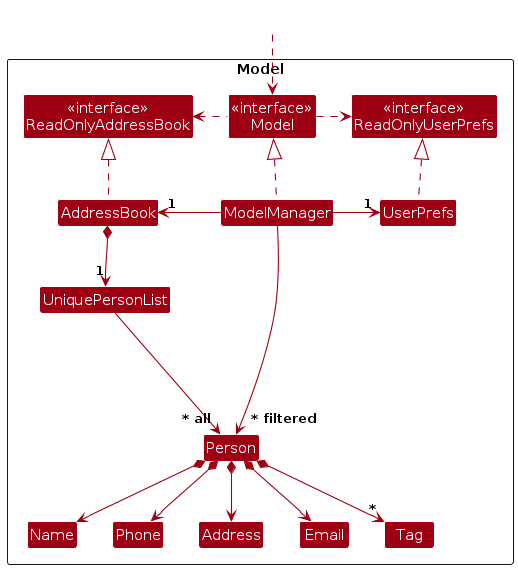
Above: diagrams/ModelClassDiagram.png in AY2627S1-CS2103T-W12-4/tp (PlantUML), before the change. Its source is kept beside it as diagrams/ModelClassDiagram.puml.
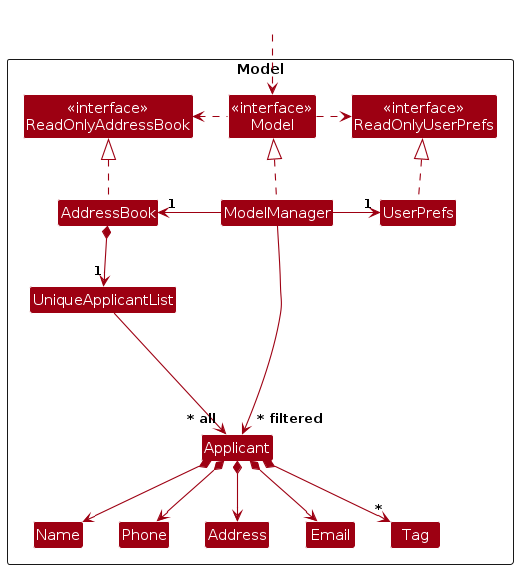
Later version of the same file.

What changed in the source:
```diff
@@ -12,8 +12,8 @@
 Class ModelManager
 Class UserPrefs
 
-Class UniquePersonList
-Class Person
+Class UniqueApplicantList
+Class Applicant
 Class Address
 Class Email
 Class Name
@@ -35,20 +35,20 @@
 ModelManager -right-> "1" UserPrefs
 UserPrefs .up.|> ReadOnlyUserPrefs
 
-AddressBook *--> "1" UniquePersonList
-UniquePersonList --> "~* all" Person
-Person *--> Name
-Person *--> Phone
-Person *--> Email
-Person *--> Address
-Person *--> "*" Tag
+AddressBook *--> "1" UniqueApplicantList
+UniqueApplicantList --> "~* all" Applicant
+Applicant *--> Name
+Applicant *--> Phone
+Applicant *--> Email
+Applicant *--> Address
+Applicant *--> "*" Tag
 
-Person -[hidden]up--> I
-UniquePersonList -[hidden]right-> I
+Applicant -[hidden]up--> I
+UniqueApplicantList -[hidden]right-> I
 
 Name -[hidden]right-> Phone
 Phone -[hidden]right-> Address
 Address -[hidden]right-> Email
 
-ModelManager --> "~* filtered" Person
+ModelManager --> "~* filtered" Applicant
 @enduml
```
